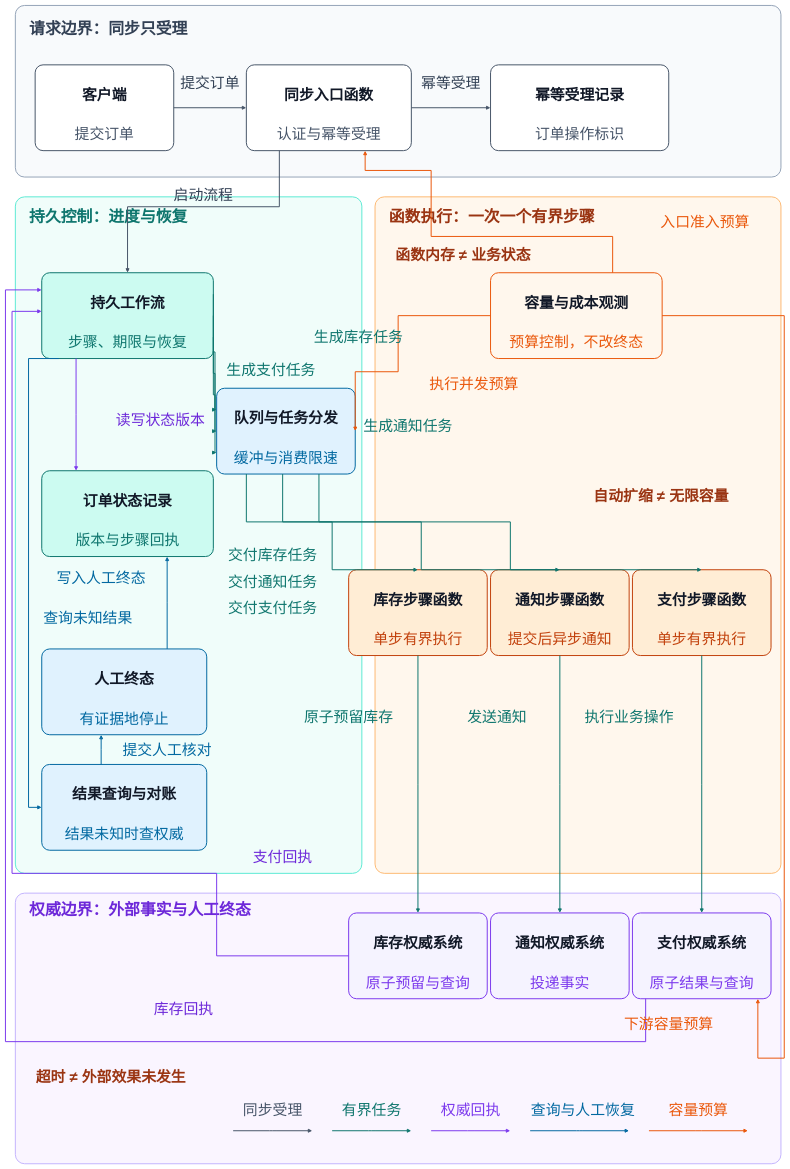
The draw.io diagram diagrams/sty-11-serverless-order-fulfillment.drawio in sealday/tego-arch, before the edit. Source tidied: cells renumbered, new cells numbered last; positions are measured from the earlier drawing's top-left corner, leaving out a move shared by most shapes. Both pictures are drawn from the tidied source at 33%, with x=0, y=0 at pixel (5, 5).
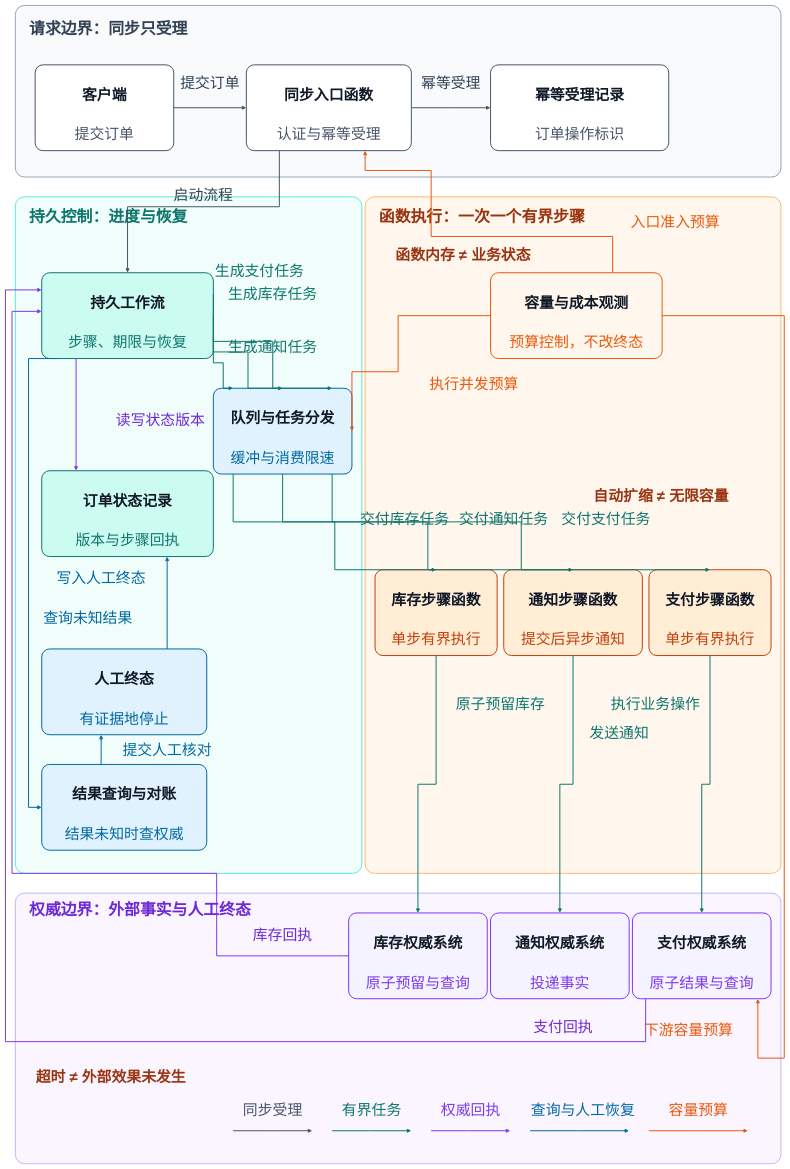
The same page after the edit.

Commit message (it also covers changes not shown here):
fix: tighten STY-11 diagram contracts

The change refers to these unchanged cells:
```xml
<mxCell id="13" style="semanticRole=node-shape;shape=rectangle;rounded=1;absoluteArcSize=1;arcSize=48;fillColor=#CCFBF1;strokeColor=#0F766E;strokeWidth=3;textOpacity=0;" parent="1" vertex="1">
  <mxGeometry x="110" y="810" width="520" height="260" as="geometry" />
</mxCell>
<mxCell id="22" style="semanticRole=node-shape;shape=rectangle;rounded=1;absoluteArcSize=1;arcSize=48;fillColor=#F5F3FF;strokeColor=#7C3AED;strokeWidth=3;textOpacity=0;" parent="1" vertex="1">
  <mxGeometry x="1040" y="2750" width="420" height="260" as="geometry" />
</mxCell>
<mxCell id="23" style="semanticRole=node-shape;shape=rectangle;rounded=1;absoluteArcSize=1;arcSize=48;fillColor=#F5F3FF;strokeColor=#7C3AED;strokeWidth=3;textOpacity=0;" parent="1" vertex="1">
  <mxGeometry x="1470" y="2750" width="420" height="260" as="geometry" />
</mxCell>
<mxCell id="24" style="semanticRole=node-shape;shape=rectangle;rounded=1;absoluteArcSize=1;arcSize=48;fillColor=#F5F3FF;strokeColor=#7C3AED;strokeWidth=3;textOpacity=0;" parent="1" vertex="1">
  <mxGeometry x="1900" y="2750" width="420" height="260" as="geometry" />
</mxCell>
```

The edit, as a diff of the source:
```diff
@@
     <mxCell id="4" style="semanticRole=region;shape=rectangle;rounded=1;absoluteArcSize=1;arcSize=56;fillColor=#FFF7ED;strokeColor=#FDBA74;strokeWidth=3;textOpacity=0;" parent="1" vertex="1">
-      <mxGeometry x="1120" y="580" width="1230" height="2050" as="geometry" />
+      <mxGeometry x="1090" y="580" width="1260" height="2050" as="geometry" />
     </mxCell>
@@
     <mxCell id="8" value="函数执行：一次一个有界步骤" style="semanticRole=region-label;strokeColor=none;fillColor=none;fontSize=48;fontStyle=1;fontFamily=Arial;fontColor=#9A3412;align=left;" parent="1" vertex="1">
-      <mxGeometry x="1160" y="600" width="1000" height="70" as="geometry" />
+      <mxGeometry x="1130" y="600" width="1000" height="70" as="geometry" />
     </mxCell>
@@
     <mxCell id="15" style="semanticRole=node-shape;shape=rectangle;rounded=1;absoluteArcSize=1;arcSize=48;fillColor=#E0F2FE;strokeColor=#0369A1;strokeWidth=3;textOpacity=0;" parent="1" vertex="1">
-      <mxGeometry x="640" y="1160" width="420" height="260" as="geometry" />
+      <mxGeometry x="630" y="1160" width="420" height="260" as="geometry" />
     </mxCell>
     <mxCell id="16" style="semanticRole=node-shape;shape=rectangle;rounded=1;absoluteArcSize=1;arcSize=48;fillColor=#FFEDD5;strokeColor=#C2410C;strokeWidth=3;textOpacity=0;" parent="1" vertex="1">
-      <mxGeometry x="1040" y="1710" width="420" height="260" as="geometry" />
+      <mxGeometry x="1120" y="1710" width="370" height="260" as="geometry" />
     </mxCell>
     <mxCell id="17" style="semanticRole=node-shape;shape=rectangle;rounded=1;absoluteArcSize=1;arcSize=48;fillColor=#FFEDD5;strokeColor=#C2410C;strokeWidth=3;textOpacity=0;" parent="1" vertex="1">
-      <mxGeometry x="1470" y="1710" width="420" height="260" as="geometry" />
+      <mxGeometry x="1510" y="1710" width="420" height="260" as="geometry" />
     </mxCell>
     <mxCell id="18" style="semanticRole=node-shape;shape=rectangle;rounded=1;absoluteArcSize=1;arcSize=48;fillColor=#FFEDD5;strokeColor=#C2410C;strokeWidth=3;textOpacity=0;" parent="1" vertex="1">
-      <mxGeometry x="1900" y="1710" width="420" height="260" as="geometry" />
+      <mxGeometry x="1950" y="1710" width="370" height="260" as="geometry" />
     </mxCell>
@@
     <mxCell id="35" value="队列与任务分发" style="semanticRole=node-title;strokeColor=none;fillColor=none;fontSize=45;fontStyle=1;fontFamily=Arial;fontColor=#111827;align=center;" parent="1" vertex="1">
-      <mxGeometry x="688" y="1210" width="324" height="70" as="geometry" />
+      <mxGeometry x="678" y="1210" width="324" height="70" as="geometry" />
     </mxCell>
     <mxCell id="36" value="缓冲与消费限速" style="semanticRole=node-type;strokeColor=none;fillColor=none;fontSize=45;fontFamily=Arial;fontColor=#0369A1;align=center;" parent="1" vertex="1">
-      <mxGeometry x="688" y="1330" width="324" height="70" as="geometry" />
+      <mxGeometry x="678" y="1330" width="324" height="70" as="geometry" />
     </mxCell>
     <mxCell id="37" value="库存步骤函数" style="semanticRole=node-title;strokeColor=none;fillColor=none;fontSize=45;fontStyle=1;fontFamily=Arial;fontColor=#111827;align=center;" parent="1" vertex="1">
-      <mxGeometry x="1088" y="1760" width="324" height="70" as="geometry" />
+      <mxGeometry x="1168" y="1760" width="274" height="70" as="geometry" />
     </mxCell>
     <mxCell id="38" value="单步有界执行" style="semanticRole=node-type;strokeColor=none;fillColor=none;fontSize=45;fontFamily=Arial;fontColor=#C2410C;align=center;" parent="1" vertex="1">
-      <mxGeometry x="1088" y="1880" width="324" height="70" as="geometry" />
+      <mxGeometry x="1168" y="1880" width="274" height="70" as="geometry" />
     </mxCell>
     <mxCell id="39" value="通知步骤函数" style="semanticRole=node-title;strokeColor=none;fillColor=none;fontSize=45;fontStyle=1;fontFamily=Arial;fontColor=#111827;align=center;" parent="1" vertex="1">
-      <mxGeometry x="1518" y="1760" width="324" height="70" as="geometry" />
+      <mxGeometry x="1558" y="1760" width="324" height="70" as="geometry" />
     </mxCell>
     <mxCell id="40" value="提交后异步通知" style="semanticRole=node-type;strokeColor=none;fillColor=none;fontSize=45;fontFamily=Arial;fontColor=#C2410C;align=center;" parent="1" vertex="1">
-      <mxGeometry x="1518" y="1880" width="324" height="70" as="geometry" />
+      <mxGeometry x="1558" y="1880" width="324" height="70" as="geometry" />
     </mxCell>
     <mxCell id="41" value="支付步骤函数" style="semanticRole=node-title;strokeColor=none;fillColor=none;fontSize=45;fontStyle=1;fontFamily=Arial;fontColor=#111827;align=center;" parent="1" vertex="1">
-      <mxGeometry x="1948" y="1760" width="324" height="70" as="geometry" />
+      <mxGeometry x="1998" y="1760" width="274" height="70" as="geometry" />
     </mxCell>
     <mxCell id="42" value="单步有界执行" style="semanticRole=node-type;strokeColor=none;fillColor=none;fontSize=45;fontFamily=Arial;fontColor=#C2410C;align=center;" parent="1" vertex="1">
-      <mxGeometry x="1948" y="1880" width="324" height="70" as="geometry" />
+      <mxGeometry x="1998" y="1880" width="274" height="70" as="geometry" />
     </mxCell>
@@
-    <mxCell id="65" style="semanticRole=work;edgeStyle=orthogonalEdgeStyle;rounded=0;strokeColor=#0F766E;strokeWidth=3;endArrow=block;endFill=1;exitX=1;exitY=0.25;exitDx=0;exitDy=0;exitPerimeter=1;entryX=0;entryY=0.25;entryDx=0;entryDy=0;entryPerimeter=1;" parent="1" edge="1" source="13" target="15">
+    <mxCell id="65" style="semanticRole=work;edgeStyle=orthogonalEdgeStyle;rounded=0;strokeColor=#0F766E;strokeWidth=3;endArrow=block;endFill=1;exitX=1;exitY=0.25;exitDx=0;exitDy=0;exitPerimeter=1;entryX=0.857143;entryY=0;entryDx=0;entryDy=0;entryPerimeter=1;" parent="1" edge="1" source="13" target="15">
       <mxGeometry relative="1" as="geometry">
         <Array as="points">
-          <mxPoint x="635" y="1050" />
+          <mxPoint x="810" y="1018" />
         </Array>
       </mxGeometry>
     </mxCell>
-    <mxCell id="66" style="semanticRole=work;edgeStyle=orthogonalEdgeStyle;rounded=0;strokeColor=#0F766E;strokeWidth=3;endArrow=block;endFill=1;exitX=1;exitY=0.5;exitDx=0;exitDy=0;exitPerimeter=1;entryX=0;entryY=0.5;entryDx=0;entryDy=0;entryPerimeter=1;" parent="1" edge="1" source="13" target="15">
+    <mxCell id="66" style="semanticRole=work;edgeStyle=orthogonalEdgeStyle;rounded=0;strokeColor=#0F766E;strokeWidth=3;endArrow=block;endFill=1;exitX=1;exitY=0.5;exitDx=0;exitDy=0;exitPerimeter=1;entryX=0.5;entryY=0;entryDx=0;entryDy=0;entryPerimeter=1;" parent="1" edge="1" source="13" target="15">
       <mxGeometry relative="1" as="geometry">
         <Array as="points">
-          <mxPoint x="635" y="1115" />
+          <mxPoint x="735" y="1050" />
         </Array>
       </mxGeometry>
     </mxCell>
-    <mxCell id="67" style="semanticRole=work;edgeStyle=orthogonalEdgeStyle;rounded=0;strokeColor=#0F766E;strokeWidth=3;endArrow=block;endFill=1;exitX=1;exitY=0.75;exitDx=0;exitDy=0;exitPerimeter=1;entryX=0;entryY=0.75;entryDx=0;entryDy=0;entryPerimeter=1;" parent="1" edge="1" source="13" target="15">
+    <mxCell id="67" style="semanticRole=work;edgeStyle=orthogonalEdgeStyle;rounded=0;strokeColor=#0F766E;strokeWidth=3;endArrow=block;endFill=1;exitX=1;exitY=0.75;exitDx=0;exitDy=0;exitPerimeter=1;entryX=0.142857;entryY=0;entryDx=0;entryDy=0;entryPerimeter=1;" parent="1" edge="1" source="13" target="15">
       <mxGeometry relative="1" as="geometry">
         <Array as="points">
-          <mxPoint x="635" y="1180" />
+          <mxPoint x="660" y="1083" />
         </Array>
       </mxGeometry>
     </mxCell>
-    <mxCell id="68" style="semanticRole=work;edgeStyle=orthogonalEdgeStyle;rounded=0;strokeColor=#0F766E;strokeWidth=3;endArrow=block;endFill=1;exitX=0.214286;exitY=1;exitDx=0;exitDy=0;exitPerimeter=1;entryX=0.5;entryY=0;entryDx=0;entryDy=0;entryPerimeter=1;" parent="1" edge="1" source="15" target="16">
+    <mxCell id="68" style="semanticRole=work;edgeStyle=orthogonalEdgeStyle;rounded=0;strokeColor=#0F766E;strokeWidth=3;endArrow=block;endFill=1;exitX=0.142857;exitY=1;exitDx=0;exitDy=0;exitPerimeter=1;entryX=0.5;entryY=0;entryDx=0;entryDy=0;entryPerimeter=1;" parent="1" edge="1" source="15" target="16">
       <mxGeometry relative="1" as="geometry">
         <Array as="points">
-          <mxPoint x="990" y="1565" />
+          <mxPoint x="998" y="1565" />
         </Array>
       </mxGeometry>
     </mxCell>
-    <mxCell id="69" style="semanticRole=work;edgeStyle=orthogonalEdgeStyle;rounded=0;strokeColor=#0F766E;strokeWidth=3;endArrow=block;endFill=1;exitX=0.476190;exitY=1;exitDx=0;exitDy=0;exitPerimeter=1;entryX=0.5;entryY=0;entryDx=0;entryDy=0;entryPerimeter=1;" parent="1" edge="1" source="15" target="17">
+    <mxCell id="69" style="semanticRole=work;edgeStyle=orthogonalEdgeStyle;rounded=0;strokeColor=#0F766E;strokeWidth=3;endArrow=block;endFill=1;exitX=0.5;exitY=1;exitDx=0;exitDy=0;exitPerimeter=1;entryX=0.5;entryY=0;entryDx=0;entryDy=0;entryPerimeter=1;" parent="1" edge="1" source="15" target="17">
       <mxGeometry relative="1" as="geometry">
         <Array as="points">
-          <mxPoint x="1260" y="1565" />
+          <mxPoint x="1280" y="1565" />
         </Array>
       </mxGeometry>
     </mxCell>
-    <mxCell id="70" style="semanticRole=work;edgeStyle=orthogonalEdgeStyle;rounded=0;strokeColor=#0F766E;strokeWidth=3;endArrow=block;endFill=1;exitX=0.738095;exitY=1;exitDx=0;exitDy=0;exitPerimeter=1;entryX=0.5;entryY=0;entryDx=0;entryDy=0;entryPerimeter=1;" parent="1" edge="1" source="15" target="18">
+    <mxCell id="70" style="semanticRole=work;edgeStyle=orthogonalEdgeStyle;rounded=0;strokeColor=#0F766E;strokeWidth=3;endArrow=block;endFill=1;exitX=0.857143;exitY=1;exitDx=0;exitDy=0;exitPerimeter=1;entryX=0.5;entryY=0;entryDx=0;entryDy=0;entryPerimeter=1;" parent="1" edge="1" source="15" target="18">
       <mxGeometry relative="1" as="geometry">
         <Array as="points">
-          <mxPoint x="1530" y="1565" />
+          <mxPoint x="1563" y="1565" />
         </Array>
       </mxGeometry>
     </mxCell>
     <mxCell id="71" style="semanticRole=work;edgeStyle=orthogonalEdgeStyle;rounded=0;strokeColor=#0F766E;strokeWidth=3;endArrow=block;endFill=1;exitX=0.5;exitY=1;exitDx=0;exitDy=0;exitPerimeter=1;entryX=0.5;entryY=0;entryDx=0;entryDy=0;entryPerimeter=1;" parent="1" edge="1" source="18" target="24">
       <mxGeometry relative="1" as="geometry">
         <Array as="points">
+          <mxPoint x="2135" y="2360" />
           <mxPoint x="2110" y="2360" />
         </Array>
       </mxGeometry>
     </mxCell>
     <mxCell id="72" style="semanticRole=work;edgeStyle=orthogonalEdgeStyle;rounded=0;strokeColor=#0F766E;strokeWidth=3;endArrow=block;endFill=1;exitX=0.5;exitY=1;exitDx=0;exitDy=0;exitPerimeter=1;entryX=0.5;entryY=0;entryDx=0;entryDy=0;entryPerimeter=1;" parent="1" edge="1" source="16" target="22">
       <mxGeometry relative="1" as="geometry">
         <Array as="points">
+          <mxPoint x="1305" y="2360" />
           <mxPoint x="1250" y="2360" />
         </Array>
       </mxGeometry>
     </mxCell>
     <mxCell id="73" style="semanticRole=work;edgeStyle=orthogonalEdgeStyle;rounded=0;strokeColor=#0F766E;strokeWidth=3;endArrow=block;endFill=1;exitX=0.5;exitY=1;exitDx=0;exitDy=0;exitPerimeter=1;entryX=0.5;entryY=0;entryDx=0;entryDy=0;entryPerimeter=1;" parent="1" edge="1" source="17" target="23">
       <mxGeometry relative="1" as="geometry">
         <Array as="points">
+          <mxPoint x="1720" y="2360" />
           <mxPoint x="1680" y="2360" />
         </Array>
       </mxGeometry>
     </mxCell>
@@
     <mxCell id="101" value="生成支付任务" style="semanticRole=edge-label;strokeColor=none;fillColor=none;fontSize=45;fontFamily=Arial;fontColor=#0F766E;align=center;" parent="1" vertex="1">
-      <mxGeometry x="625" y="1070" width="360" height="60" as="geometry" />
+      <mxGeometry x="590" y="770" width="360" height="60" as="geometry" />
     </mxCell>
     <mxCell id="102" value="生成库存任务" style="semanticRole=edge-label;strokeColor=none;fillColor=none;fontSize=45;fontFamily=Arial;fontColor=#0F766E;align=center;" parent="1" vertex="1">
-      <mxGeometry x="890" y="970" width="360" height="60" as="geometry" />
+      <mxGeometry x="630" y="840" width="360" height="60" as="geometry" />
     </mxCell>
     <mxCell id="103" value="生成通知任务" style="semanticRole=edge-label;strokeColor=none;fillColor=none;fontSize=45;fontFamily=Arial;fontColor=#0F766E;align=center;" parent="1" vertex="1">
-      <mxGeometry x="1040" y="1240" width="360" height="60" as="geometry" />
+      <mxGeometry x="630" y="1000" width="360" height="60" as="geometry" />
     </mxCell>
     <mxCell id="104" value="交付支付任务" style="semanticRole=edge-label;strokeColor=none;fillColor=none;fontSize=45;fontFamily=Arial;fontColor=#0F766E;align=center;" parent="1" vertex="1">
-      <mxGeometry x="630" y="1790" width="360" height="60" as="geometry" />
+      <mxGeometry x="1640" y="1520" width="360" height="60" as="geometry" />
     </mxCell>
     <mxCell id="105" value="交付库存任务" style="semanticRole=edge-label;strokeColor=none;fillColor=none;fontSize=45;fontFamily=Arial;fontColor=#0F766E;align=center;" parent="1" vertex="1">
-      <mxGeometry x="630" y="1630" width="360" height="60" as="geometry" />
+      <mxGeometry x="1030" y="1520" width="360" height="60" as="geometry" />
     </mxCell>
     <mxCell id="106" value="交付通知任务" style="semanticRole=edge-label;strokeColor=none;fillColor=none;fontSize=45;fontFamily=Arial;fontColor=#0F766E;align=center;" parent="1" vertex="1">
-      <mxGeometry x="630" y="1710" width="360" height="60" as="geometry" />
+      <mxGeometry x="1330" y="1520" width="360" height="60" as="geometry" />
     </mxCell>
     <mxCell id="107" value="执行业务操作" style="semanticRole=edge-label;strokeColor=none;fillColor=none;fontSize=45;fontFamily=Arial;fontColor=#0F766E;align=center;" parent="1" vertex="1">
-      <mxGeometry x="1710" y="2120" width="360" height="60" as="geometry" />
+      <mxGeometry x="1790" y="2080" width="360" height="60" as="geometry" />
     </mxCell>
     <mxCell id="108" value="原子预留库存" style="semanticRole=edge-label;strokeColor=none;fillColor=none;fontSize=45;fontFamily=Arial;fontColor=#0F766E;align=center;" parent="1" vertex="1">
-      <mxGeometry x="860" y="2120" width="360" height="60" as="geometry" />
+      <mxGeometry x="1320" y="2080" width="360" height="60" as="geometry" />
     </mxCell>
     <mxCell id="109" value="发送通知" style="semanticRole=edge-label;strokeColor=none;fillColor=none;fontSize=45;fontFamily=Arial;fontColor=#0F766E;align=center;" parent="1" vertex="1">
-      <mxGeometry x="1360" y="2120" width="260" height="60" as="geometry" />
+      <mxGeometry x="1730" y="2170" width="260" height="60" as="geometry" />
     </mxCell>
     <mxCell id="110" value="支付回执" style="semanticRole=edge-label;strokeColor=none;fillColor=none;fontSize=45;fontFamily=Arial;fontColor=#6D28D9;align=center;" parent="1" vertex="1">
-      <mxGeometry x="710" y="2545" width="260" height="60" as="geometry" />
+      <mxGeometry x="1560" y="3060" width="260" height="60" as="geometry" />
     </mxCell>
     <mxCell id="111" value="库存回执" style="semanticRole=edge-label;strokeColor=none;fillColor=none;fontSize=45;fontFamily=Arial;fontColor=#6D28D9;align=center;" parent="1" vertex="1">
-      <mxGeometry x="410" y="3005" width="260" height="60" as="geometry" />
+      <mxGeometry x="710" y="2780" width="260" height="60" as="geometry" />
     </mxCell>
@@
     <mxCell id="115" value="入口准入预算" style="semanticRole=edge-label;strokeColor=none;fillColor=none;fontSize=45;fontFamily=Arial;fontColor=#EA580C;align=center;" parent="1" vertex="1">
-      <mxGeometry x="1940" y="620" width="360" height="60" as="geometry" />
+      <mxGeometry x="1850" y="620" width="360" height="60" as="geometry" />
     </mxCell>
@@
     <mxCell id="117" value="下游容量预算" style="semanticRole=edge-label;strokeColor=none;fillColor=none;fontSize=45;fontFamily=Arial;fontColor=#EA580C;align=center;" parent="1" vertex="1">
-      <mxGeometry x="1830" y="3050" width="360" height="60" as="geometry" />
+      <mxGeometry x="1890" y="3070" width="360" height="60" as="geometry" />
     </mxCell>
```
